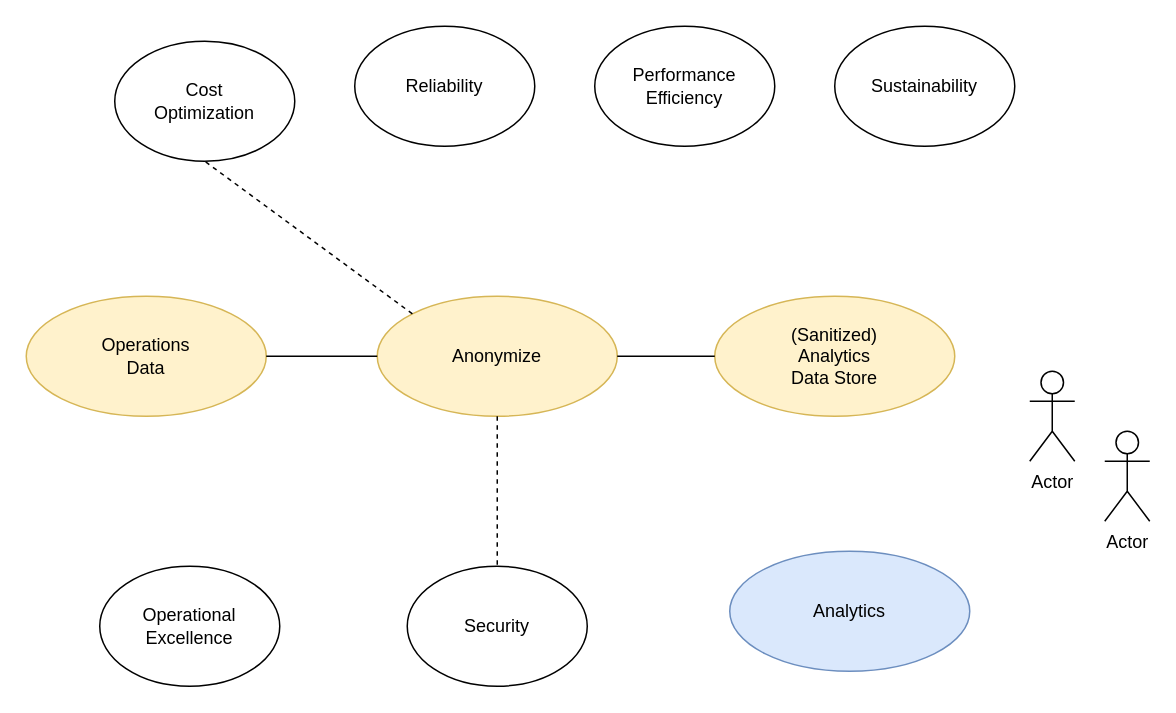
The draw.io diagram page "Functional Reqs." (6 of 12) of AB2 - early draft.drawio in fotoby/ab3, before the edit. Source tidied: cells renumbered, new cells numbered last; positions are measured from the earlier drawing's top-left corner, leaving out a move shared by most shapes. Both pictures are drawn from the tidied source at 150%, with x=0, y=0 at pixel (26, 26).
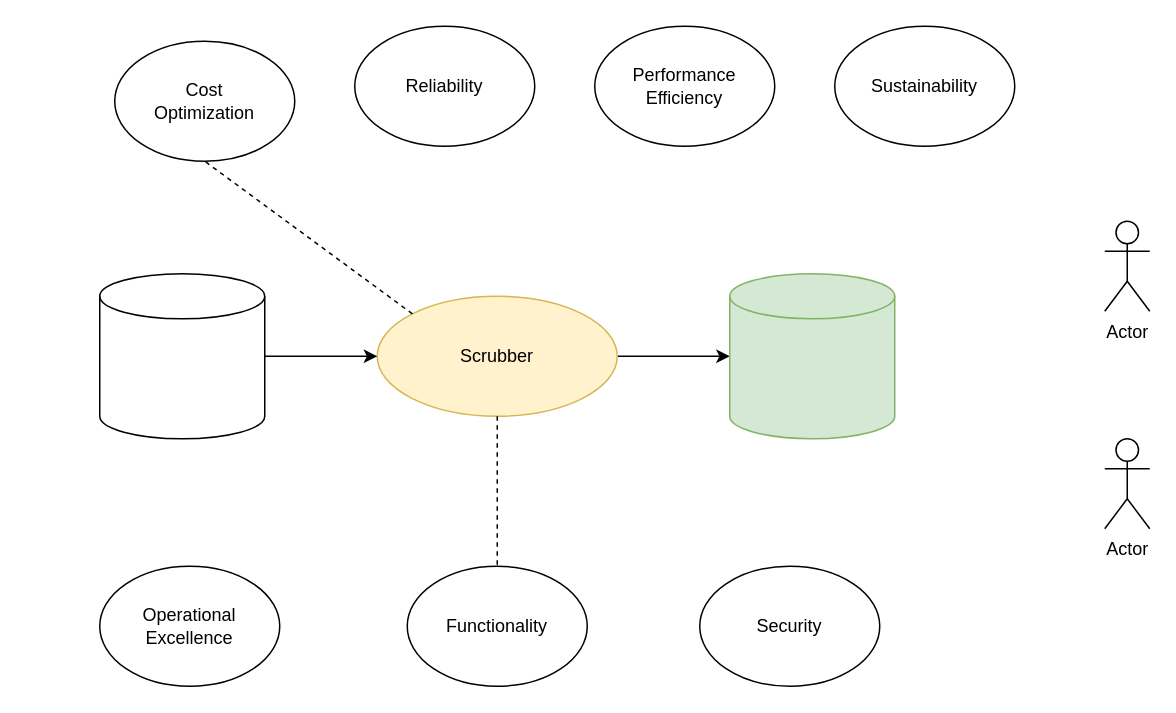
The same diagram, later.

The edit, as a diff of the source:
```diff
@@
 <mxGraphModel>
   <root>
     <mxCell id="0" />
     <mxCell id="1" parent="0" />
+    <mxCell id="18" style="edgeStyle=orthogonalEdgeStyle;rounded=0;jettySize=auto;html=1;exitX=1;exitY=0.5;exitDx=0;exitDy=0;fontSize=18;fontColor=#000000;" parent="1" edge="1" source="2" target="21">
+      <mxGeometry relative="1" as="geometry" />
+    </mxCell>
-    <mxCell id="2" value="Anonymize" style="ellipse;whiteSpace=wrap;html=1;fillColor=#fff2cc;strokeColor=#d6b656;" parent="1" vertex="1">
+    <mxCell id="2" value="Scrubber" style="ellipse;whiteSpace=wrap;html=1;fillColor=#fff2cc;strokeColor=#d6b656;" parent="1" vertex="1">
       <mxGeometry x="234" y="180" width="160" height="80" as="geometry" />
     </mxCell>
     <mxCell id="3" value="Performance&lt;br&gt;Efficiency" style="ellipse;whiteSpace=wrap;html=1;" parent="1" vertex="1">
       <mxGeometry x="379" width="120" height="80" as="geometry" />
     </mxCell>
     <mxCell id="4" value="Cost&lt;br&gt;Optimization" style="ellipse;whiteSpace=wrap;html=1;" parent="1" vertex="1">
       <mxGeometry x="59" y="10" width="120" height="80" as="geometry" />
     </mxCell>
     <mxCell id="5" style="endArrow=none;html=1;rounded=0;entryX=0.5;entryY=1;entryDx=0;entryDy=0;exitX=0;exitY=0;exitDx=0;exitDy=0;dashed=1;" parent="1" edge="1" source="2" target="4">
       <mxGeometry relative="1" as="geometry" />
     </mxCell>
-    <mxCell id="6" value="Analytics" style="ellipse;whiteSpace=wrap;html=1;fillColor=#dae8fc;strokeColor=#6c8ebf;" parent="1" vertex="1">
-      <mxGeometry x="469" y="350" width="160" height="80" as="geometry" />
-    </mxCell>
-    <mxCell id="7" value="(Sanitized)&lt;br&gt;Analytics&lt;br&gt;Data Store" style="ellipse;whiteSpace=wrap;html=1;fillColor=#fff2cc;strokeColor=#d6b656;" parent="1" vertex="1">
-      <mxGeometry x="459" y="180" width="160" height="80" as="geometry" />
-    </mxCell>
-    <mxCell id="8" value="Security" style="ellipse;whiteSpace=wrap;html=1;" parent="1" vertex="1">
+    <mxCell id="8" value="Functionality" style="ellipse;whiteSpace=wrap;html=1;" parent="1" vertex="1">
       <mxGeometry x="254" y="360" width="120" height="80" as="geometry" />
     </mxCell>
     <mxCell id="9" value="Operational&lt;br&gt;Excellence" style="ellipse;whiteSpace=wrap;html=1;" parent="1" vertex="1">
       <mxGeometry x="49" y="360" width="120" height="80" as="geometry" />
     </mxCell>
-    <mxCell id="10" value="Operations&lt;br&gt;Data" style="ellipse;whiteSpace=wrap;html=1;fillColor=#fff2cc;strokeColor=#d6b656;" parent="1" vertex="1">
-      <mxGeometry y="180" width="160" height="80" as="geometry" />
-    </mxCell>
     <mxCell id="11" style="endArrow=none;html=1;rounded=0;entryX=0.5;entryY=0;entryDx=0;entryDy=0;exitX=0.5;exitY=1;exitDx=0;exitDy=0;dashed=1;" parent="1" edge="1" source="2" target="8">
       <mxGeometry relative="1" as="geometry" />
     </mxCell>
-    <mxCell id="12" style="endArrow=none;html=1;rounded=0;entryX=0;entryY=0.5;entryDx=0;entryDy=0;" parent="1" edge="1" target="7">
-      <mxGeometry relative="1" as="geometry">
-        <mxPoint x="394" y="220" as="sourcePoint" />
-      </mxGeometry>
-    </mxCell>
-    <mxCell id="13" style="endArrow=none;html=1;rounded=0;exitX=1;exitY=0.5;exitDx=0;exitDy=0;entryX=0;entryY=0.5;entryDx=0;entryDy=0;" parent="1" edge="1" source="10" target="2">
-      <mxGeometry relative="1" as="geometry" />
-    </mxCell>
     <mxCell id="14" value="Reliability" style="ellipse;whiteSpace=wrap;html=1;" parent="1" vertex="1">
       <mxGeometry x="219" width="120" height="80" as="geometry" />
     </mxCell>
     <mxCell id="15" value="Sustainability" style="ellipse;whiteSpace=wrap;html=1;" parent="1" vertex="1">
       <mxGeometry x="539" width="120" height="80" as="geometry" />
     </mxCell>
     <mxCell id="16" value="Actor" style="shape=umlActor;verticalLabelPosition=bottom;verticalAlign=top;html=1;" parent="1" vertex="1">
-      <mxGeometry x="669" y="230" width="30" height="60" as="geometry" />
+      <mxGeometry x="719" y="130" width="30" height="60" as="geometry" />
     </mxCell>
     <mxCell id="17" value="Actor" style="shape=umlActor;verticalLabelPosition=bottom;verticalAlign=top;html=1;" parent="1" vertex="1">
-      <mxGeometry x="719" y="270" width="30" height="60" as="geometry" />
+      <mxGeometry x="719" y="275" width="30" height="60" as="geometry" />
     </mxCell>
+    <mxCell id="19" style="edgeStyle=orthogonalEdgeStyle;rounded=0;jettySize=auto;html=1;entryX=0;entryY=0.5;entryDx=0;entryDy=0;fontSize=18;fontColor=#000000;" parent="1" edge="1" source="20" target="2">
+      <mxGeometry relative="1" as="geometry" />
+    </mxCell>
+    <mxCell id="20" style="shape=cylinder3;whiteSpace=wrap;html=1;boundedLbl=1;backgroundOutline=1;size=15;shadow=0;labelBorderColor=none;strokeColor=default;fontSize=18;fontColor=#000000;" parent="1" vertex="1">
+      <mxGeometry x="49" y="165" width="110" height="110" as="geometry" />
+    </mxCell>
+    <mxCell id="21" style="shape=cylinder3;whiteSpace=wrap;html=1;boundedLbl=1;backgroundOutline=1;size=15;shadow=0;labelBorderColor=none;strokeColor=#82b366;fontSize=18;fillColor=#d5e8d4;" parent="1" vertex="1">
+      <mxGeometry x="469" y="165" width="110" height="110" as="geometry" />
+    </mxCell>
+    <mxCell id="22" value="Security" style="ellipse;whiteSpace=wrap;html=1;" parent="1" vertex="1">
+      <mxGeometry x="449" y="360" width="120" height="80" as="geometry" />
+    </mxCell>
   </root>
 </mxGraphModel>
```
